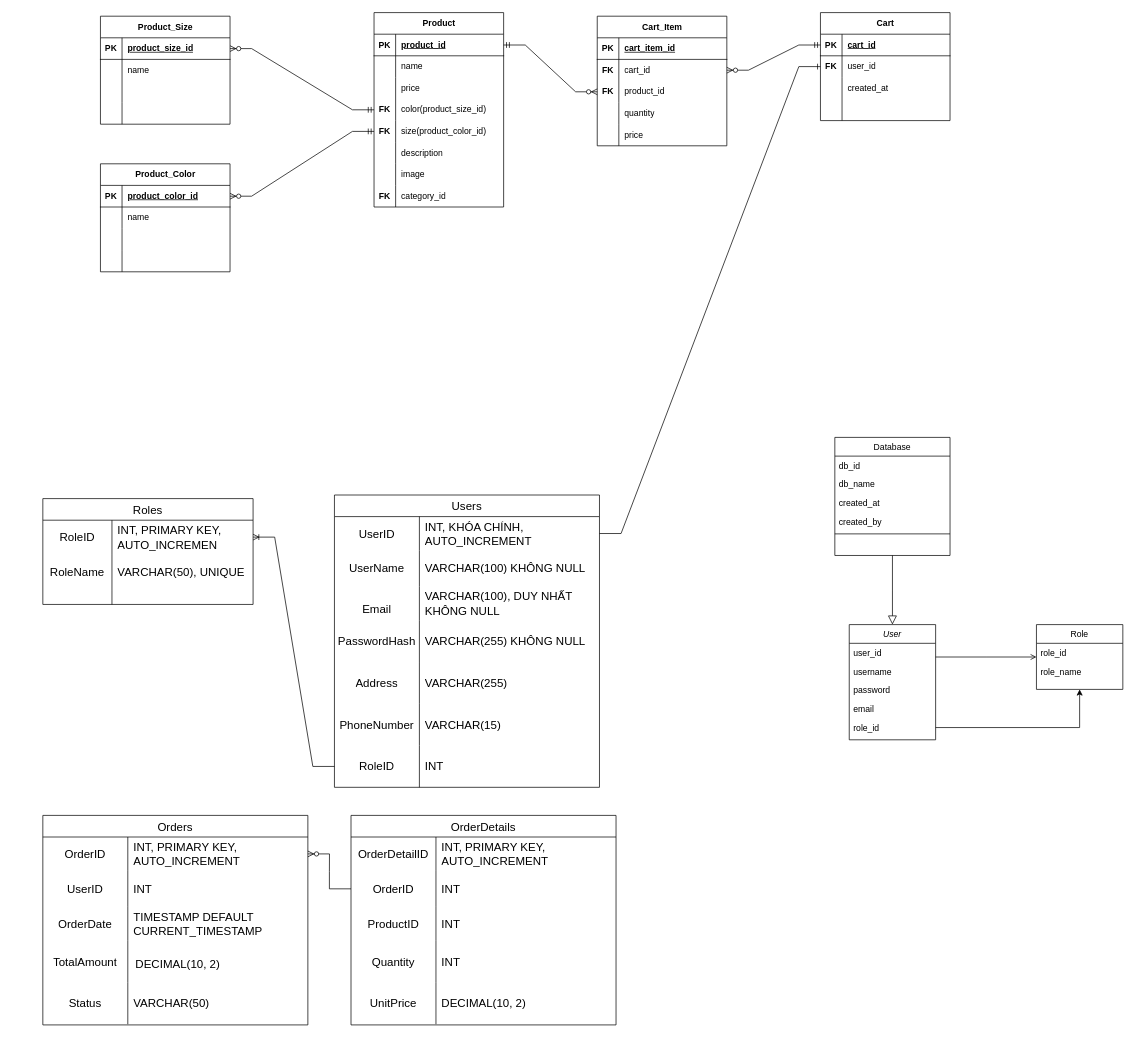
Above: Dự án 1 - Nhóm 1.drawio in ShiroNeee/du_an_1 (draw.io), before the change. Source tidied: cells renumbered, new cells numbered last; positions are measured from the earlier drawing's top-left corner, leaving out a move shared by most shapes. Both pictures are drawn from the tidied source at 72%, with x=0, y=0 at pixel (42, 12).
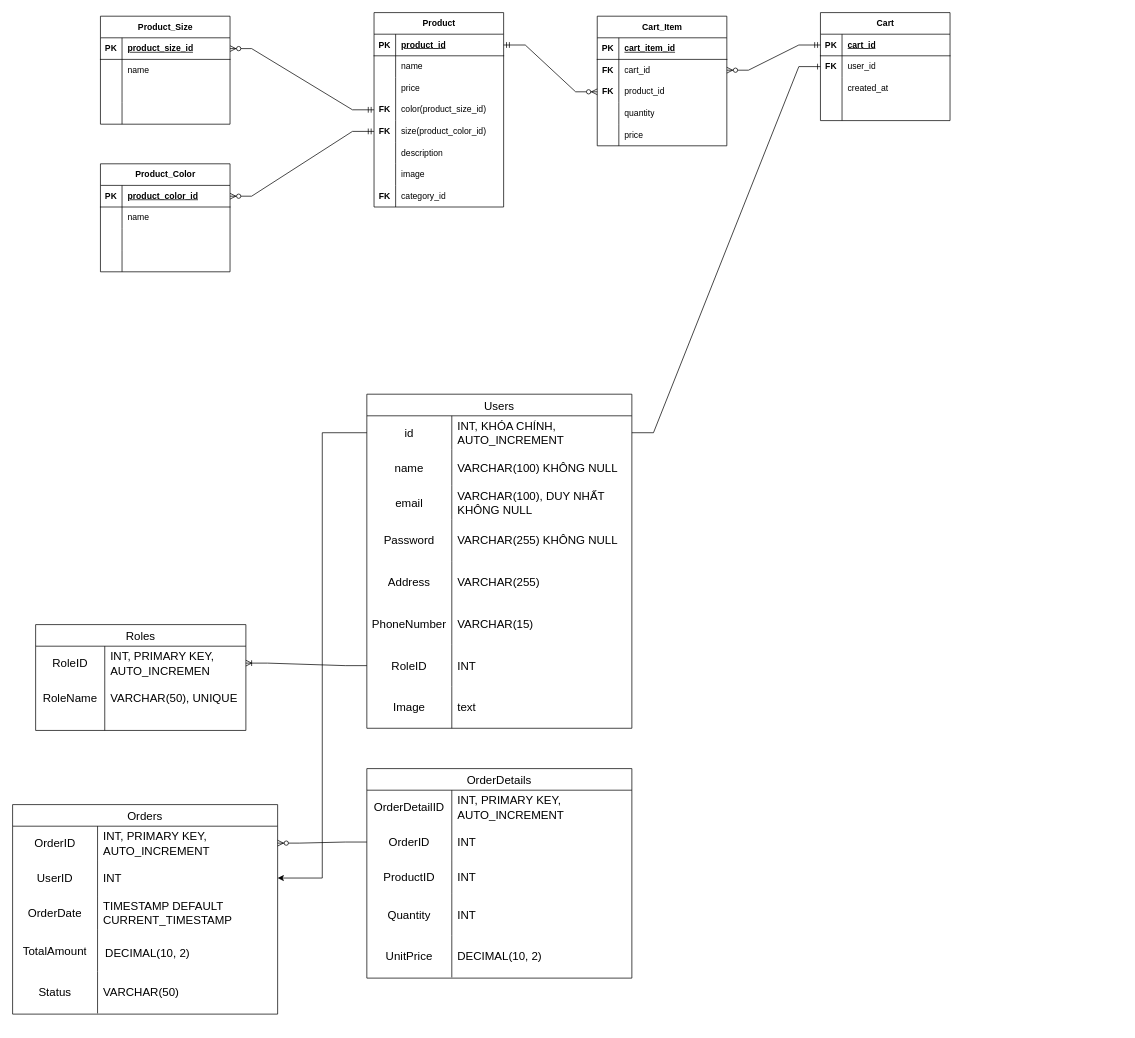
The same page after the edit.

Commit message:
Cập nhật Dự án 1 - Nhóm 1.drawio

Unchanged cells that the change refers to:
```xml
<mxCell id="31" style="shape=tableRow;horizontal=0;startSize=0;swimlaneHead=0;swimlaneBody=0;top=0;left=0;bottom=0;right=0;fillColor=none;points=[[0,0.5],[1,0.5]];portConstraint=eastwest;strokeColor=inherit;fontSize=16;align=center;verticalAlign=middle;fontFamily=Helvetica;fontColor=default;fontStyle=0;" parent="30" vertex="1">
  <mxGeometry y="30" width="368.1" height="47" as="geometry" />
</mxCell>
<mxCell id="34" style="shape=tableRow;horizontal=0;startSize=0;swimlaneHead=0;swimlaneBody=0;top=0;left=0;bottom=0;right=0;fillColor=none;strokeColor=inherit;fontSize=16;align=center;verticalAlign=middle;fontFamily=Helvetica;fontColor=default;fontStyle=0;" parent="30" vertex="1">
  <mxGeometry y="77" width="368.1" height="50" as="geometry" />
</mxCell>
<mxCell id="37" style="shape=tableRow;horizontal=0;startSize=0;swimlaneHead=0;swimlaneBody=0;top=0;left=0;bottom=0;right=0;fillColor=none;strokeColor=inherit;fontSize=16;align=center;verticalAlign=middle;fontFamily=Helvetica;fontColor=default;fontStyle=0;" parent="30" vertex="1">
  <mxGeometry y="127" width="368.1" height="47" as="geometry" />
</mxCell>
<mxCell id="40" style="shape=tableRow;horizontal=0;startSize=0;swimlaneHead=0;swimlaneBody=0;top=0;left=0;bottom=0;right=0;fillColor=none;strokeColor=inherit;fontSize=16;align=center;verticalAlign=middle;fontFamily=Helvetica;fontColor=default;fontStyle=0;" parent="30" vertex="1">
  <mxGeometry y="174" width="368.1" height="58" as="geometry" />
</mxCell>
<mxCell id="57" style="shape=tableRow;horizontal=0;startSize=0;swimlaneHead=0;swimlaneBody=0;top=0;left=0;bottom=0;right=0;fillColor=none;points=[[0,0.5],[1,0.5]];portConstraint=eastwest;strokeColor=inherit;fontSize=16;align=center;verticalAlign=middle;fontFamily=Helvetica;fontColor=default;fontStyle=0;" parent="53" vertex="1">
  <mxGeometry y="77" width="368.1" height="50" as="geometry" />
</mxCell>
```

Change to the diagram source:
```diff
@@
-    <mxCell id="2" value="User" style="swimlane;fontStyle=2;align=center;verticalAlign=top;horizontal=1;startSize=26;rounded=0;shadow=0;strokeWidth=1;labelBackgroundColor=none;" parent="1" vertex="1">
-      <mxGeometry x="1120" y="850" width="120" height="160" as="geometry" />
-    </mxCell>
-    <mxCell id="3" value="user_id" style="text;align=left;verticalAlign=top;spacingLeft=4;spacingRight=4;overflow=hidden;labelBackgroundColor=none;" parent="2" vertex="1">
-      <mxGeometry y="26" width="120" height="26" as="geometry" />
-    </mxCell>
-    <mxCell id="4" value="username" style="text;align=left;verticalAlign=top;spacingLeft=4;spacingRight=4;overflow=hidden;rounded=0;shadow=0;html=0;labelBackgroundColor=none;" parent="2" vertex="1">
-      <mxGeometry y="52" width="120" height="26" as="geometry" />
-    </mxCell>
-    <mxCell id="5" value="password" style="text;align=left;verticalAlign=top;spacingLeft=4;spacingRight=4;overflow=hidden;rounded=0;shadow=0;html=0;labelBackgroundColor=none;" parent="2" vertex="1">
-      <mxGeometry y="78" width="120" height="26" as="geometry" />
-    </mxCell>
-    <mxCell id="6" value="email" style="text;align=left;verticalAlign=top;spacingLeft=4;spacingRight=4;overflow=hidden;rounded=0;shadow=0;html=0;labelBackgroundColor=none;" parent="2" vertex="1">
-      <mxGeometry y="104" width="120" height="26" as="geometry" />
-    </mxCell>
-    <mxCell id="7" value="role_id" style="text;align=left;verticalAlign=top;spacingLeft=4;spacingRight=4;overflow=hidden;points=[[0,0.5],[1,0.5]];portConstraint=eastwest;rounded=0;shadow=0;html=0;labelBackgroundColor=none;" parent="2" vertex="1">
-      <mxGeometry y="130" width="120" height="26" as="geometry" />
-    </mxCell>
-    <mxCell id="8" value="Database" style="swimlane;fontStyle=0;align=center;verticalAlign=top;horizontal=1;startSize=26;rounded=0;shadow=0;strokeWidth=1;labelBackgroundColor=none;" parent="1" vertex="1">
-      <mxGeometry x="1100" y="590" width="160" height="164" as="geometry" />
-    </mxCell>
-    <mxCell id="9" value="db_id" style="text;align=left;verticalAlign=top;spacingLeft=4;spacingRight=4;overflow=hidden;labelBackgroundColor=none;" parent="8" vertex="1">
-      <mxGeometry y="26" width="160" height="26" as="geometry" />
-    </mxCell>
-    <mxCell id="10" value="db_name" style="text;align=left;verticalAlign=top;spacingLeft=4;spacingRight=4;overflow=hidden;rounded=0;shadow=0;html=0;labelBackgroundColor=none;" parent="8" vertex="1">
-      <mxGeometry y="52" width="160" height="26" as="geometry" />
-    </mxCell>
-    <mxCell id="11" value="created_at" style="text;align=left;verticalAlign=top;spacingLeft=4;spacingRight=4;overflow=hidden;rounded=0;shadow=0;html=0;labelBackgroundColor=none;" parent="8" vertex="1">
-      <mxGeometry y="78" width="160" height="26" as="geometry" />
-    </mxCell>
-    <mxCell id="12" value="created_by" style="text;align=left;verticalAlign=top;spacingLeft=4;spacingRight=4;overflow=hidden;rounded=0;shadow=0;html=0;labelBackgroundColor=none;" parent="8" vertex="1">
-      <mxGeometry y="104" width="160" height="26" as="geometry" />
-    </mxCell>
-    <mxCell id="13" style="line;html=1;strokeWidth=1;align=left;verticalAlign=middle;spacingTop=-1;spacingLeft=3;spacingRight=3;labelPosition=right;labelBackgroundColor=none;" parent="8" vertex="1">
-      <mxGeometry y="130" width="160" height="8" as="geometry" />
-    </mxCell>
-    <mxCell id="14" style="endArrow=block;endSize=10;endFill=0;shadow=0;strokeWidth=1;rounded=0;curved=0;edgeStyle=elbowEdgeStyle;elbow=vertical;labelBackgroundColor=none;fontColor=default;" parent="1" edge="1" source="8" target="2">
-      <mxGeometry relative="1" as="geometry" />
-    </mxCell>
-    <mxCell id="15" value="Role" style="swimlane;fontStyle=0;align=center;verticalAlign=top;horizontal=1;startSize=26;rounded=0;shadow=0;strokeWidth=1;labelBackgroundColor=none;" parent="1" vertex="1">
-      <mxGeometry x="1380" y="850" width="120" height="90" as="geometry" />
-    </mxCell>
-    <mxCell id="16" value="role_id" style="text;align=left;verticalAlign=top;spacingLeft=4;spacingRight=4;overflow=hidden;labelBackgroundColor=none;" parent="15" vertex="1">
-      <mxGeometry y="26" width="120" height="26" as="geometry" />
-    </mxCell>
-    <mxCell id="17" value="role_name" style="text;align=left;verticalAlign=top;spacingLeft=4;spacingRight=4;overflow=hidden;rounded=0;shadow=0;html=0;labelBackgroundColor=none;" parent="15" vertex="1">
-      <mxGeometry y="52" width="120" height="26" as="geometry" />
-    </mxCell>
-    <mxCell id="18" style="endArrow=open;shadow=0;strokeWidth=1;rounded=0;curved=0;endFill=1;edgeStyle=elbowEdgeStyle;elbow=vertical;labelBackgroundColor=none;fontColor=default;" parent="1" edge="1" source="2" target="15">
-      <mxGeometry x="0.5" y="41" relative="1" as="geometry">
-        <mxPoint x="-40" y="32" as="offset" />
-      </mxGeometry>
-    </mxCell>
-    <mxCell id="19" style="edgeStyle=orthogonalEdgeStyle;rounded=0;jettySize=auto;html=1;exitX=1;exitY=0.5;exitDx=0;exitDy=0;" parent="1" edge="1" source="7" target="15">
-      <mxGeometry relative="1" as="geometry" />
-    </mxCell>
     <mxCell id="20" value="Roles" style="shape=table;startSize=30;childLayout=tableLayout;rowLines=0;fontStyle=0;strokeColor=default;fontSize=16;align=center;verticalAlign=middle;fontFamily=Helvetica;fontColor=default;fillColor=default;" parent="1" vertex="1">
-      <mxGeometry y="675" width="292" height="147" as="geometry" />
+      <mxGeometry x="-10" y="850" width="292" height="147" as="geometry" />
     </mxCell>
@@
     <mxCell id="30" value="Users" style="shape=table;startSize=30;childLayout=tableLayout;rowLines=0;fontStyle=0;strokeColor=default;fontSize=16;align=center;verticalAlign=middle;fontFamily=Helvetica;fontColor=default;fillColor=default;" parent="1" vertex="1">
-      <mxGeometry x="405" y="670" width="368.1" height="406" as="geometry" />
+      <mxGeometry x="450" y="530" width="368.1" height="464" as="geometry" />
     </mxCell>
@@
-    <mxCell id="32" value="UserID" style="shape=partialRectangle;html=1;whiteSpace=wrap;fillColor=none;top=0;left=0;bottom=0;right=0;overflow=hidden;strokeColor=inherit;fontSize=16;align=center;verticalAlign=middle;fontFamily=Helvetica;fontColor=default;fontStyle=0;" parent="31" vertex="1">
+    <mxCell id="32" value="id" style="shape=partialRectangle;html=1;whiteSpace=wrap;fillColor=none;top=0;left=0;bottom=0;right=0;overflow=hidden;strokeColor=inherit;fontSize=16;align=center;verticalAlign=middle;fontFamily=Helvetica;fontColor=default;fontStyle=0;" parent="31" vertex="1">
       <mxGeometry width="118" height="47" as="geometry" />
     </mxCell>
@@
-    <mxCell id="35" value="UserName" style="shape=partialRectangle;html=1;whiteSpace=wrap;fillColor=none;top=0;left=0;bottom=0;right=0;overflow=hidden;strokeColor=inherit;fontSize=16;align=center;verticalAlign=middle;fontFamily=Helvetica;fontColor=default;fontStyle=0;" parent="34" vertex="1">
+    <mxCell id="35" value="name" style="shape=partialRectangle;html=1;whiteSpace=wrap;fillColor=none;top=0;left=0;bottom=0;right=0;overflow=hidden;strokeColor=inherit;fontSize=16;align=center;verticalAlign=middle;fontFamily=Helvetica;fontColor=default;fontStyle=0;" parent="34" vertex="1">
       <mxGeometry width="118" height="50" as="geometry" />
     </mxCell>
@@
-    <mxCell id="38" value="&#10;Email&#10;&#10;" style="shape=partialRectangle;html=1;whiteSpace=wrap;fillColor=none;top=0;left=0;bottom=0;right=0;overflow=hidden;strokeColor=inherit;fontSize=16;align=center;verticalAlign=middle;fontFamily=Helvetica;fontColor=default;fontStyle=0;" parent="37" vertex="1">
+    <mxCell id="38" value="email" style="shape=partialRectangle;html=1;whiteSpace=wrap;fillColor=none;top=0;left=0;bottom=0;right=0;overflow=hidden;strokeColor=inherit;fontSize=16;align=center;verticalAlign=middle;fontFamily=Helvetica;fontColor=default;fontStyle=0;" parent="37" vertex="1">
       <mxGeometry width="118" height="47" as="geometry" />
     </mxCell>
@@
-    <mxCell id="41" value="PasswordHash" style="shape=partialRectangle;html=1;whiteSpace=wrap;fillColor=none;top=0;left=0;bottom=0;right=0;overflow=hidden;strokeColor=inherit;fontSize=16;align=center;verticalAlign=middle;fontFamily=Helvetica;fontColor=default;fontStyle=0;" parent="40" vertex="1">
+    <mxCell id="41" value="Password" style="shape=partialRectangle;html=1;whiteSpace=wrap;fillColor=none;top=0;left=0;bottom=0;right=0;overflow=hidden;strokeColor=inherit;fontSize=16;align=center;verticalAlign=middle;fontFamily=Helvetica;fontColor=default;fontStyle=0;" parent="40" vertex="1">
       <mxGeometry width="118" height="58" as="geometry" />
     </mxCell>
@@
+    <mxCell id="171" style="shape=tableRow;horizontal=0;startSize=0;swimlaneHead=0;swimlaneBody=0;top=0;left=0;bottom=0;right=0;fillColor=none;strokeColor=inherit;fontSize=16;align=center;verticalAlign=middle;fontFamily=Helvetica;fontColor=default;fontStyle=0;" parent="30" vertex="1">
+      <mxGeometry y="406" width="368.1" height="58" as="geometry" />
+    </mxCell>
+    <mxCell id="172" value="Image" style="shape=partialRectangle;html=1;whiteSpace=wrap;fillColor=none;top=0;left=0;bottom=0;right=0;overflow=hidden;strokeColor=inherit;fontSize=16;align=center;verticalAlign=middle;fontFamily=Helvetica;fontColor=default;fontStyle=0;" parent="171" vertex="1">
+      <mxGeometry width="118" height="58" as="geometry" />
+    </mxCell>
+    <mxCell id="173" value="text" style="shape=partialRectangle;html=1;whiteSpace=wrap;fillColor=none;top=0;left=0;bottom=0;right=0;align=left;spacingLeft=6;overflow=hidden;strokeColor=inherit;fontSize=16;verticalAlign=middle;fontFamily=Helvetica;fontColor=default;fontStyle=0;" parent="171" vertex="1">
+      <mxGeometry x="118" width="250" height="58" as="geometry" />
+    </mxCell>
@@
     <mxCell id="53" value="Orders" style="shape=table;startSize=30;childLayout=tableLayout;rowLines=0;fontStyle=0;strokeColor=default;fontSize=16;align=center;verticalAlign=middle;fontFamily=Helvetica;fontColor=default;fillColor=default;" parent="1" vertex="1">
-      <mxGeometry y="1115" width="368.1" height="291" as="geometry" />
+      <mxGeometry x="-42" y="1100" width="368.1" height="291" as="geometry" />
     </mxCell>
@@
     <mxCell id="69" value="OrderDetails" style="shape=table;startSize=30;childLayout=tableLayout;rowLines=0;fontStyle=0;strokeColor=default;fontSize=16;align=center;verticalAlign=middle;fontFamily=Helvetica;fontColor=default;fillColor=default;" parent="1" vertex="1">
-      <mxGeometry x="428" y="1115" width="368.1" height="291" as="geometry" />
+      <mxGeometry x="450" y="1050" width="368.1" height="291" as="geometry" />
     </mxCell>
@@
+    <mxCell id="174" style="edgeStyle=orthogonalEdgeStyle;rounded=0;jettySize=auto;html=1;exitX=0;exitY=0.5;exitDx=0;exitDy=0;" parent="1" edge="1" source="31" target="57">
+      <mxGeometry relative="1" as="geometry" />
+    </mxCell>
```
